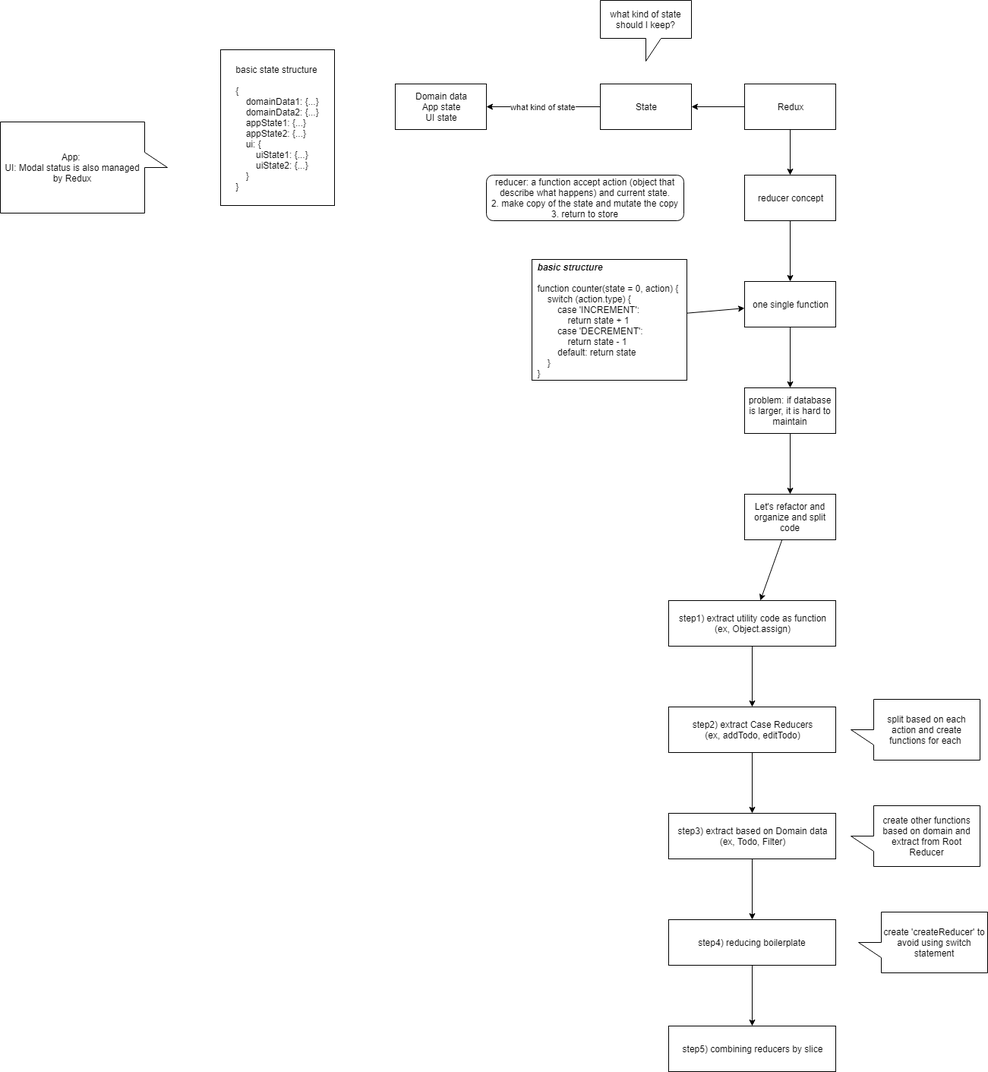
stsiwo/react_redux_concept keeps this draw.io diagram as reducer_structure_concept.png. Above is the earlier version. Source tidied: cells renumbered, new cells last; positions are measured from the earlier drawing's top-left corner, leaving out a move shared by most shapes.
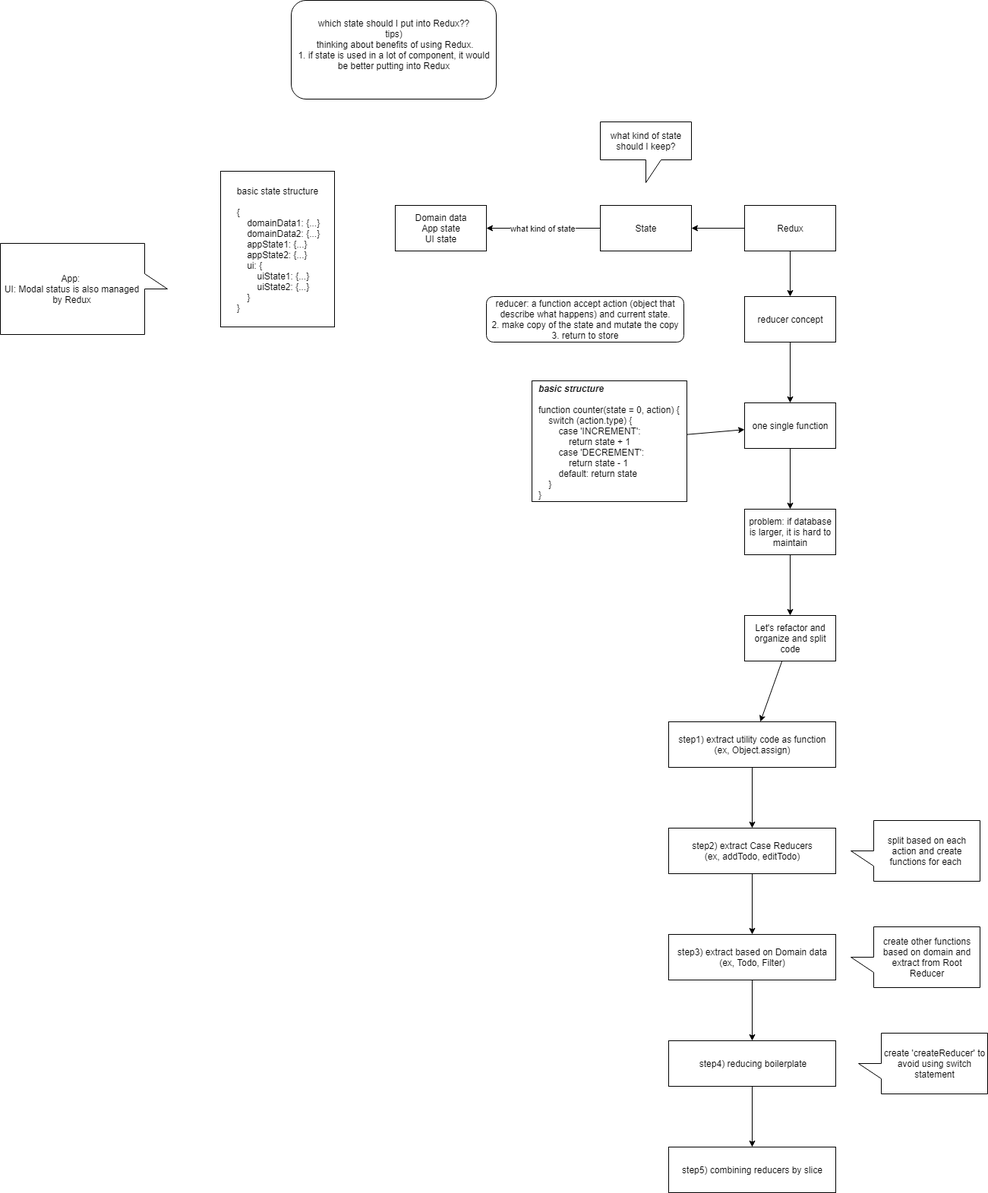
Above is the later version.

The edit, as a diff of the source:
```diff
@@ -98,5 +98,8 @@
     <mxCell id="33" value="App:&amp;nbsp;&lt;br&gt;UI: Modal status is also managed by Redux" style="shape=callout;whiteSpace=wrap;html=1;perimeter=calloutPerimeter;direction=north;" parent="1" vertex="1">
       <mxGeometry y="160" width="220" height="120" as="geometry" />
     </mxCell>
+    <mxCell id="34" value="which state should I put into Redux??&lt;br&gt;tips)&lt;br&gt;&amp;nbsp;thinking about benefits of using Redux.&lt;br&gt;1. if state is used in a lot of component, it would be better putting into Redux&lt;br&gt;&lt;br&gt;" style="rounded=1;whiteSpace=wrap;html=1;" parent="1" vertex="1">
+      <mxGeometry x="383" y="-160" width="270" height="130" as="geometry" />
+    </mxCell>
   </root>
 </mxGraphModel>
```
